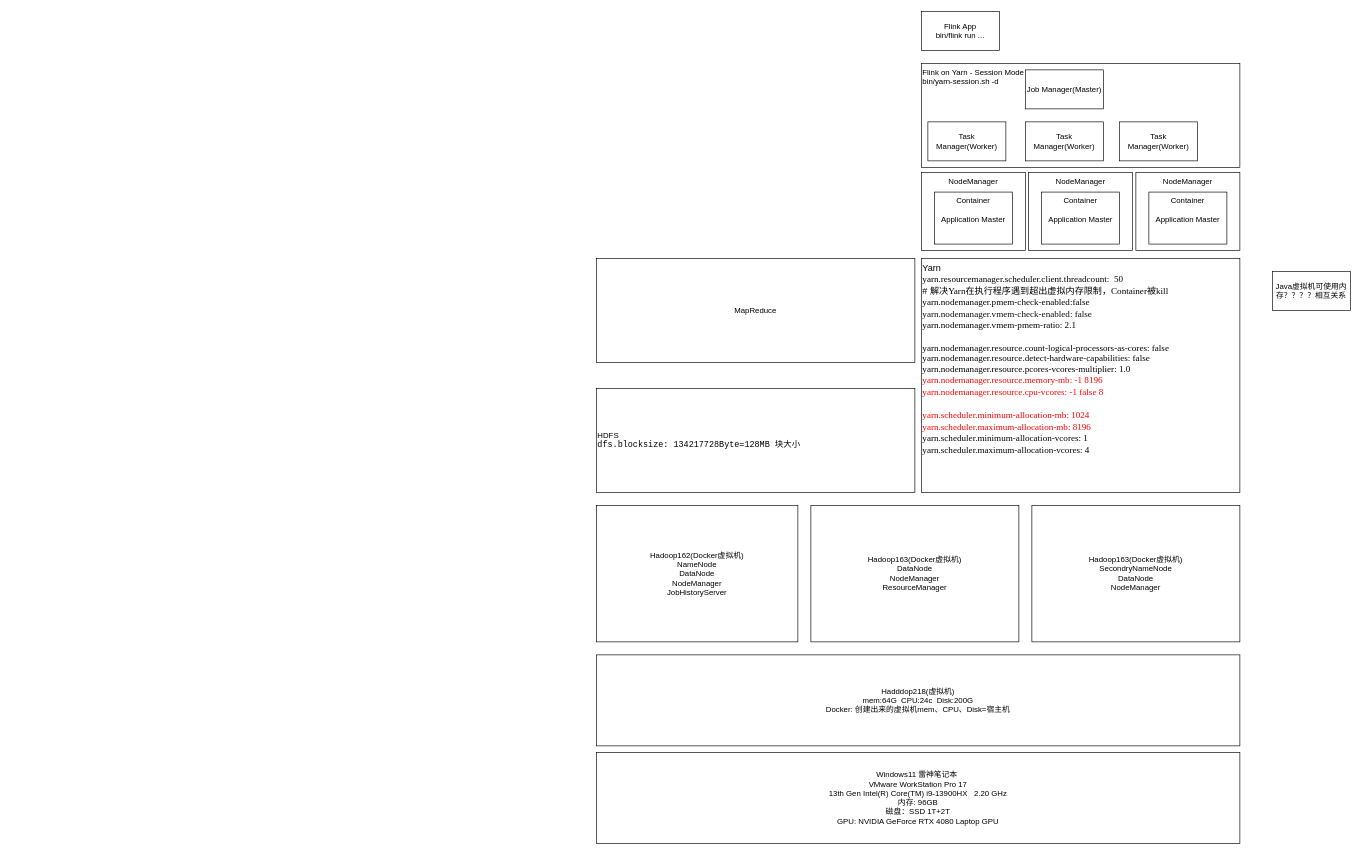
yuan-xin-9997/learn_bigdata keeps this draw.io diagram as page "资源层级" (2 of 2) of FlinkRealtimeProject1/realtime/doc/数据流图.drawio. Above is the earlier version. Source tidied: cells renumbered, new cells numbered last; positions are measured from the earlier drawing's top-left corner, leaving out a move shared by most shapes. Both pictures are drawn from the tidied source at 65%, with x=0, y=0 at pixel (596, 11).
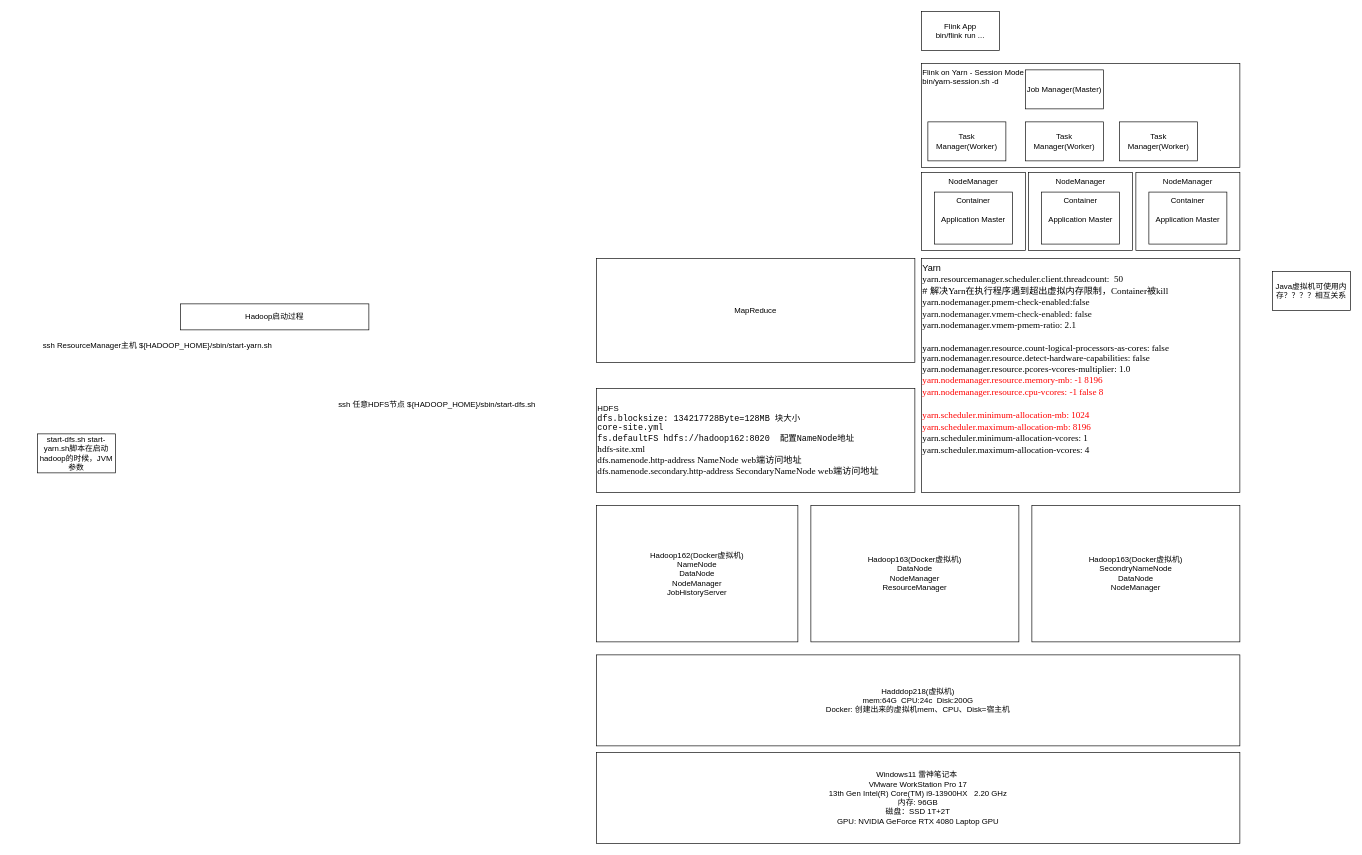
After the change.

The edit, as a diff of the source:
```diff
@@
-    <mxCell id="2" value="HDFS&lt;div&gt;&lt;span style=&quot;font-family: monospace; font-size: 13px;&quot;&gt;dfs.blocksize:&amp;nbsp;&lt;/span&gt;&lt;span style=&quot;font-family: monospace; font-size: 13px; background-color: initial;&quot;&gt;134217728Byte=128MB 块大小&lt;/span&gt;&lt;br&gt;&lt;/div&gt;" style="rounded=0;whiteSpace=wrap;html=1;align=left;" parent="1" vertex="1">
+    <mxCell id="2" value="HDFS&lt;div&gt;&lt;span style=&quot;font-family: monospace; font-size: 13px;&quot;&gt;dfs.blocksize:&amp;nbsp;&lt;/span&gt;&lt;span style=&quot;font-family: monospace; font-size: 13px; background-color: initial;&quot;&gt;134217728Byte=128MB 块大小&lt;/span&gt;&lt;br&gt;&lt;/div&gt;&lt;div&gt;&lt;span style=&quot;font-family: monospace; font-size: 13px; background-color: initial;&quot;&gt;core-site.yml&amp;nbsp;&lt;/span&gt;&lt;/div&gt;&lt;div&gt;&lt;span style=&quot;background-color: initial;&quot;&gt;&lt;font face=&quot;monospace&quot;&gt;&lt;span style=&quot;font-size: 13px;&quot;&gt;fs.defaultFS&amp;nbsp;&lt;/span&gt;&lt;/font&gt;&lt;/span&gt;&lt;span style=&quot;background-color: initial; font-size: 13px;&quot;&gt;&lt;font face=&quot;monospace&quot;&gt;hdfs://hadoop162:8020&amp;nbsp; 配置NameNode地址&lt;/font&gt;&lt;/span&gt;&lt;/div&gt;&lt;div&gt;&lt;span style=&quot;font-family: &amp;quot;Times New Roman&amp;quot;; font-size: 10.5pt; background-color: initial;&quot;&gt;hdfs-site.xml&lt;/span&gt;&lt;/div&gt;&lt;div&gt;&lt;span style=&quot;font-family: &amp;quot;Times New Roman&amp;quot;; font-size: 10.5pt; background-color: initial;&quot;&gt;dfs.namenode.http-address NameNode web端访问地址&lt;/span&gt;&lt;/div&gt;&lt;div&gt;&lt;span style=&quot;font-family: &amp;quot;Times New Roman&amp;quot;; font-size: 10.5pt; background-color: initial;&quot;&gt;dfs.namenode.secondary.http-address SecondaryNameNode web端访问地址&lt;/span&gt;&lt;/div&gt;" style="rounded=0;whiteSpace=wrap;html=1;align=left;" parent="1" vertex="1">
       <mxGeometry y="580" width="490" height="160" as="geometry" />
     </mxCell>
@@
+    <mxCell id="23" value="ssh 任意HDFS节点 ${HADOOP_HOME}/sbin/start-dfs.sh" style="text;html=1;align=center;verticalAlign=middle;whiteSpace=wrap;rounded=0;" parent="1" vertex="1">
+      <mxGeometry x="-410" y="590" width="330" height="30" as="geometry" />
+    </mxCell>
+    <mxCell id="24" value="ssh ResourceManager主机 ${HADOOP_HOME}/sbin/start-yarn.sh" style="text;html=1;align=center;verticalAlign=middle;whiteSpace=wrap;rounded=0;" parent="1" vertex="1">
+      <mxGeometry x="-900" y="500" width="450" height="30" as="geometry" />
+    </mxCell>
+    <mxCell id="25" value="Hadoop启动过程" style="rounded=0;whiteSpace=wrap;html=1;" parent="1" vertex="1">
+      <mxGeometry x="-640" y="450" width="290" height="40" as="geometry" />
+    </mxCell>
+    <mxCell id="26" value="start-dfs.sh start-yarn.sh脚本在启动hadoop的时候，JVM参数" style="rounded=0;whiteSpace=wrap;html=1;" parent="1" vertex="1">
+      <mxGeometry x="-860" y="650" width="120" height="60" as="geometry" />
+    </mxCell>
```
